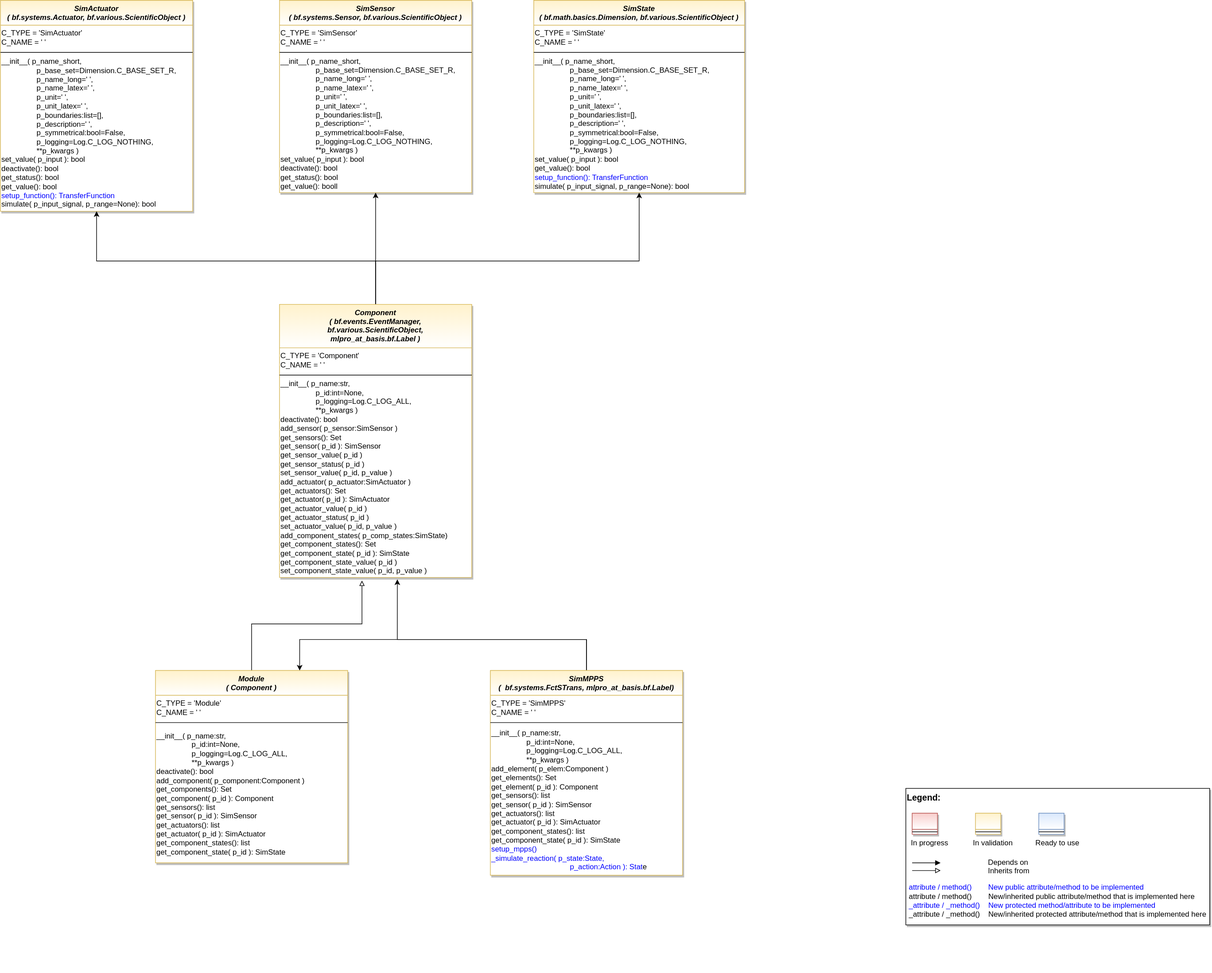
Above: doc/class_diagram/mlpro_sim_mpps.svg in fhswf/MLPro-MPPS (draw.io), before the change. Source tidied: cells renumbered, new cells last; positions are measured from the earlier drawing's top-left corner, leaving out a move shared by most shapes.
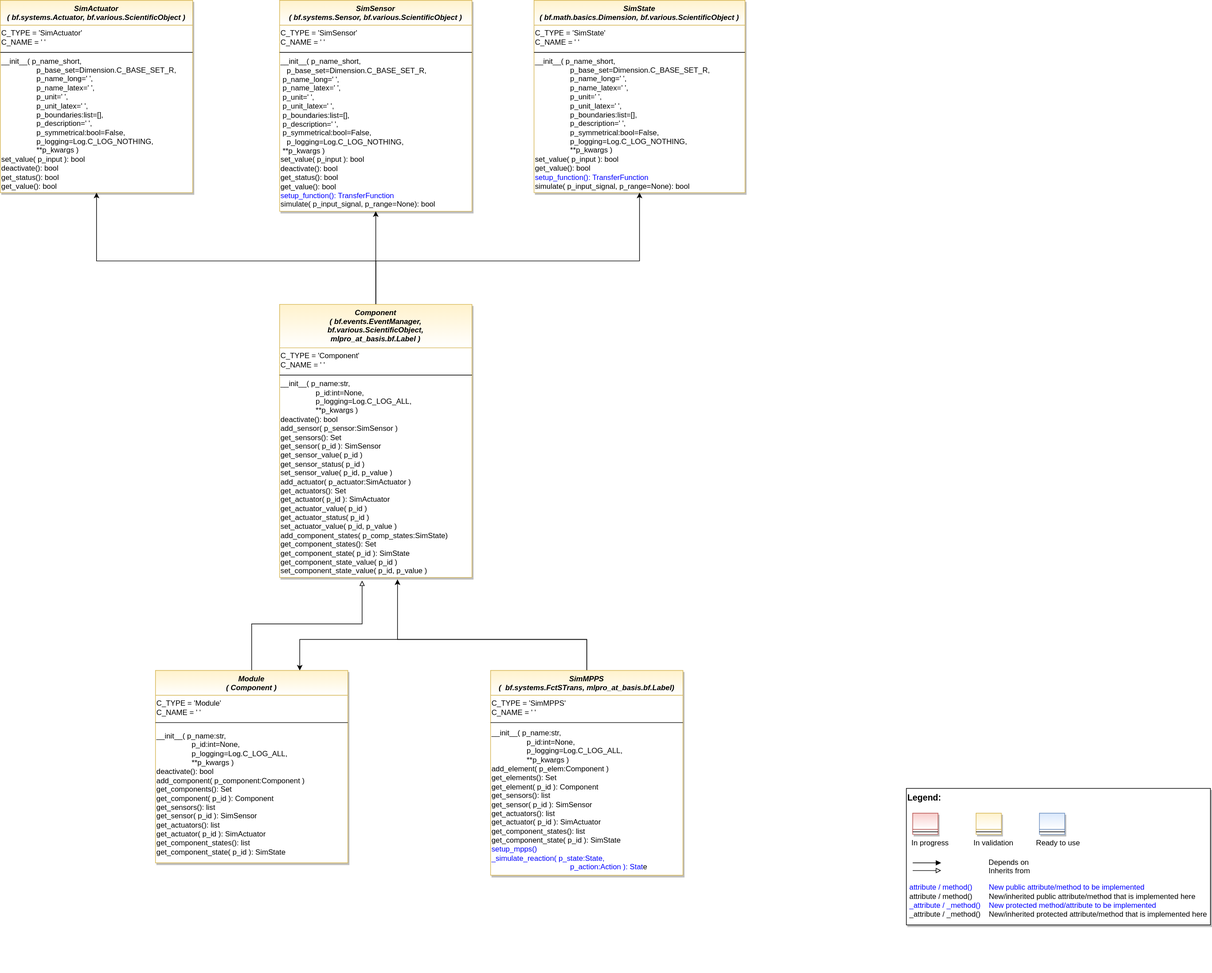
Later version of the same file.

Commit message:
update class diagram for mpps

What changed in the source:
```diff
@@ -44,7 +44,7 @@
       <mxGeometry y="26" width="40.8" height="8" as="geometry" />
     </mxCell>
     <mxCell id="12" value="SimActuator&#10;( bf.systems.Actuator, bf.various.ScientificObject )" style="swimlane;fontStyle=3;align=center;verticalAlign=top;horizontal=1;startSize=40;rounded=0;shadow=1;strokeWidth=1;fillColor=#fff2cc;strokeColor=#d6b656;swimlaneFillColor=#ffffff;gradientColor=#FFFFFF;" parent="1" vertex="1">
-      <mxGeometry width="310" height="340" as="geometry" />
+      <mxGeometry width="310" height="310" as="geometry" />
     </mxCell>
     <mxCell id="13" value="&lt;span style=&quot;&quot;&gt;C_TYPE = 'SimActuator'&lt;br&gt;C_NAME = ' '&lt;br&gt;&lt;/span&gt;" style="text;html=1;strokeColor=none;fillColor=none;align=left;verticalAlign=middle;whiteSpace=wrap;rounded=0;" parent="12" vertex="1">
       <mxGeometry y="40" width="310" height="40" as="geometry" />
@@ -52,11 +52,11 @@
     <mxCell id="14" style="line;html=1;strokeWidth=1;align=left;verticalAlign=middle;spacingTop=-1;spacingLeft=3;spacingRight=3;labelPosition=right;fillColor=#f8cecc;strokeColor=#000000;" parent="12" vertex="1">
       <mxGeometry y="80" width="310" height="8" as="geometry" />
     </mxCell>
-    <mxCell id="15" value="__init__( p_name_short,&lt;br&gt;&amp;nbsp;&lt;span style=&quot;white-space: pre;&quot;&gt;&#9;&lt;/span&gt;&lt;span style=&quot;white-space: pre;&quot;&gt;&#9;&lt;/span&gt;&amp;nbsp;p_base_set=Dimension.C_BASE_SET_R,&lt;br&gt;&lt;span style=&quot;white-space: pre;&quot;&gt;&#9;&lt;/span&gt;&lt;span style=&quot;white-space: pre;&quot;&gt;&#9;&lt;/span&gt;&amp;nbsp;p_name_long=' ',&lt;br&gt;&lt;span style=&quot;white-space: pre;&quot;&gt;&#9;&lt;/span&gt;&lt;span style=&quot;white-space: pre;&quot;&gt;&#9;&lt;/span&gt;&amp;nbsp;p_name_latex=' ',&lt;br&gt;&lt;span style=&quot;white-space: pre;&quot;&gt;&#9;&lt;/span&gt;&lt;span style=&quot;white-space: pre;&quot;&gt;&#9;&lt;/span&gt;&amp;nbsp;p_unit=' ',&lt;br&gt;&lt;span style=&quot;white-space: pre;&quot;&gt;&#9;&lt;/span&gt;&lt;span style=&quot;white-space: pre;&quot;&gt;&#9;&lt;/span&gt;&amp;nbsp;p_unit_latex=' ',&lt;br&gt;&lt;span style=&quot;white-space: pre;&quot;&gt;&#9;&lt;/span&gt;&lt;span style=&quot;white-space: pre;&quot;&gt;&#9;&lt;/span&gt;&amp;nbsp;p_boundaries:list=[],&lt;br&gt;&lt;span style=&quot;white-space: pre;&quot;&gt;&#9;&lt;/span&gt;&lt;span style=&quot;white-space: pre;&quot;&gt;&#9;&lt;/span&gt;&amp;nbsp;p_description=' ',&lt;br&gt;&lt;span style=&quot;white-space: pre;&quot;&gt;&#9;&lt;/span&gt;&lt;span style=&quot;white-space: pre;&quot;&gt;&#9;&lt;/span&gt;&amp;nbsp;p_symmetrical:bool=False,&lt;br&gt;&amp;nbsp;&lt;span style=&quot;white-space: pre;&quot;&gt;&#9;&lt;/span&gt;&lt;span style=&quot;white-space: pre;&quot;&gt;&#9;&lt;/span&gt;&amp;nbsp;p_logging=Log.C_LOG_NOTHING,&lt;br&gt;&lt;span style=&quot;white-space: pre;&quot;&gt;&#9;&lt;/span&gt;&lt;span style=&quot;white-space: pre;&quot;&gt;&#9;&lt;/span&gt;&amp;nbsp;**p_kwargs )&lt;br&gt;set_value( p_input ): bool&lt;br&gt;deactivate(): bool&lt;br&gt;get_status(): bool&lt;br&gt;get_value(): bool&lt;br&gt;&lt;font color=&quot;#0000ff&quot;&gt;setup_function(): TransferFunction&lt;/font&gt;&lt;br&gt;simulate( p_input_signal, p_range=None): bool" style="text;html=1;strokeColor=none;fillColor=none;align=left;verticalAlign=middle;whiteSpace=wrap;rounded=0;" parent="12" vertex="1">
-      <mxGeometry y="88" width="310" height="252" as="geometry" />
+    <mxCell id="15" value="__init__( p_name_short,&lt;br&gt;&amp;nbsp;&lt;span style=&quot;white-space: pre;&quot;&gt;&#9;&lt;/span&gt;&lt;span style=&quot;white-space: pre;&quot;&gt;&#9;&lt;/span&gt;&amp;nbsp;p_base_set=Dimension.C_BASE_SET_R,&lt;br&gt;&lt;span style=&quot;white-space: pre;&quot;&gt;&#9;&lt;/span&gt;&lt;span style=&quot;white-space: pre;&quot;&gt;&#9;&lt;/span&gt;&amp;nbsp;p_name_long=' ',&lt;br&gt;&lt;span style=&quot;white-space: pre;&quot;&gt;&#9;&lt;/span&gt;&lt;span style=&quot;white-space: pre;&quot;&gt;&#9;&lt;/span&gt;&amp;nbsp;p_name_latex=' ',&lt;br&gt;&lt;span style=&quot;white-space: pre;&quot;&gt;&#9;&lt;/span&gt;&lt;span style=&quot;white-space: pre;&quot;&gt;&#9;&lt;/span&gt;&amp;nbsp;p_unit=' ',&lt;br&gt;&lt;span style=&quot;white-space: pre;&quot;&gt;&#9;&lt;/span&gt;&lt;span style=&quot;white-space: pre;&quot;&gt;&#9;&lt;/span&gt;&amp;nbsp;p_unit_latex=' ',&lt;br&gt;&lt;span style=&quot;white-space: pre;&quot;&gt;&#9;&lt;/span&gt;&lt;span style=&quot;white-space: pre;&quot;&gt;&#9;&lt;/span&gt;&amp;nbsp;p_boundaries:list=[],&lt;br&gt;&lt;span style=&quot;white-space: pre;&quot;&gt;&#9;&lt;/span&gt;&lt;span style=&quot;white-space: pre;&quot;&gt;&#9;&lt;/span&gt;&amp;nbsp;p_description=' ',&lt;br&gt;&lt;span style=&quot;white-space: pre;&quot;&gt;&#9;&lt;/span&gt;&lt;span style=&quot;white-space: pre;&quot;&gt;&#9;&lt;/span&gt;&amp;nbsp;p_symmetrical:bool=False,&lt;br&gt;&amp;nbsp;&lt;span style=&quot;white-space: pre;&quot;&gt;&#9;&lt;/span&gt;&lt;span style=&quot;white-space: pre;&quot;&gt;&#9;&lt;/span&gt;&amp;nbsp;p_logging=Log.C_LOG_NOTHING,&lt;br&gt;&lt;span style=&quot;white-space: pre;&quot;&gt;&#9;&lt;/span&gt;&lt;span style=&quot;white-space: pre;&quot;&gt;&#9;&lt;/span&gt;&amp;nbsp;**p_kwargs )&lt;br&gt;set_value( p_input ): bool&lt;br&gt;deactivate(): bool&lt;br&gt;get_status(): bool&lt;br&gt;get_value(): bool" style="text;html=1;strokeColor=none;fillColor=none;align=left;verticalAlign=middle;whiteSpace=wrap;rounded=0;" parent="12" vertex="1">
+      <mxGeometry y="88" width="310" height="222" as="geometry" />
     </mxCell>
     <mxCell id="16" value="SimSensor&#10;( bf.systems.Sensor, bf.various.ScientificObject )" style="swimlane;fontStyle=3;align=center;verticalAlign=top;horizontal=1;startSize=40;rounded=0;shadow=1;strokeWidth=1;fillColor=#fff2cc;strokeColor=#d6b656;swimlaneFillColor=#ffffff;gradientColor=#FFFFFF;" parent="1" vertex="1">
-      <mxGeometry x="450" width="310" height="310" as="geometry" />
+      <mxGeometry x="450" width="310" height="340" as="geometry" />
     </mxCell>
     <mxCell id="17" value="&lt;span style=&quot;&quot;&gt;C_TYPE = 'SimSensor'&lt;br&gt;C_NAME = ' '&lt;br&gt;&lt;/span&gt;" style="text;html=1;strokeColor=none;fillColor=none;align=left;verticalAlign=middle;whiteSpace=wrap;rounded=0;" parent="16" vertex="1">
       <mxGeometry y="40" width="310" height="40" as="geometry" />
@@ -64,8 +64,8 @@
     <mxCell id="18" style="line;html=1;strokeWidth=1;align=left;verticalAlign=middle;spacingTop=-1;spacingLeft=3;spacingRight=3;labelPosition=right;fillColor=#f8cecc;strokeColor=#000000;" parent="16" vertex="1">
       <mxGeometry y="80" width="310" height="8" as="geometry" />
     </mxCell>
-    <mxCell id="19" value="__init__( p_name_short,&lt;br&gt;&amp;nbsp;&lt;span style=&quot;white-space: pre;&quot;&gt;&#9;&lt;/span&gt;&lt;span style=&quot;white-space: pre;&quot;&gt;&#9;&lt;/span&gt;&amp;nbsp;p_base_set=Dimension.C_BASE_SET_R,&lt;br&gt;&lt;span style=&quot;white-space: pre;&quot;&gt;&#9;&lt;/span&gt;&lt;span style=&quot;white-space: pre;&quot;&gt;&#9;&lt;/span&gt;&amp;nbsp;p_name_long=' ',&lt;br&gt;&lt;span style=&quot;white-space: pre;&quot;&gt;&#9;&lt;/span&gt;&lt;span style=&quot;white-space: pre;&quot;&gt;&#9;&lt;/span&gt;&amp;nbsp;p_name_latex=' ',&lt;br&gt;&lt;span style=&quot;white-space: pre;&quot;&gt;&#9;&lt;/span&gt;&lt;span style=&quot;white-space: pre;&quot;&gt;&#9;&lt;/span&gt;&amp;nbsp;p_unit=' ',&lt;br&gt;&lt;span style=&quot;white-space: pre;&quot;&gt;&#9;&lt;/span&gt;&lt;span style=&quot;white-space: pre;&quot;&gt;&#9;&lt;/span&gt;&amp;nbsp;p_unit_latex=' ',&lt;br&gt;&lt;span style=&quot;white-space: pre;&quot;&gt;&#9;&lt;/span&gt;&lt;span style=&quot;white-space: pre;&quot;&gt;&#9;&lt;/span&gt;&amp;nbsp;p_boundaries:list=[],&lt;br&gt;&lt;span style=&quot;white-space: pre;&quot;&gt;&#9;&lt;/span&gt;&lt;span style=&quot;white-space: pre;&quot;&gt;&#9;&lt;/span&gt;&amp;nbsp;p_description=' ',&lt;br&gt;&lt;span style=&quot;white-space: pre;&quot;&gt;&#9;&lt;/span&gt;&lt;span style=&quot;white-space: pre;&quot;&gt;&#9;&lt;/span&gt;&amp;nbsp;p_symmetrical:bool=False,&lt;br&gt;&amp;nbsp;&lt;span style=&quot;white-space: pre;&quot;&gt;&#9;&lt;/span&gt;&lt;span style=&quot;white-space: pre;&quot;&gt;&#9;&lt;/span&gt;&amp;nbsp;p_logging=Log.C_LOG_NOTHING,&lt;br&gt;&lt;span style=&quot;white-space: pre;&quot;&gt;&#9;&lt;/span&gt;&lt;span style=&quot;white-space: pre;&quot;&gt;&#9;&lt;/span&gt;&amp;nbsp;**p_kwargs )&lt;br&gt;set_value( p_input ): bool&lt;br&gt;deactivate(): bool&lt;br&gt;get_status(): bool&lt;br&gt;get_value(): booll" style="text;html=1;strokeColor=none;fillColor=none;align=left;verticalAlign=middle;whiteSpace=wrap;rounded=0;" parent="16" vertex="1">
-      <mxGeometry y="88" width="310" height="222" as="geometry" />
+    <mxCell id="19" value="__init__( p_name_short,&lt;br&gt;&amp;nbsp;&lt;span style=&quot;&quot;&gt;&#9;&lt;/span&gt;&lt;span style=&quot;&quot;&gt;&#9;&lt;/span&gt;&amp;nbsp;p_base_set=Dimension.C_BASE_SET_R,&lt;br&gt;&lt;span style=&quot;&quot;&gt;&#9;&lt;/span&gt;&lt;span style=&quot;&quot;&gt;&#9;&lt;/span&gt;&amp;nbsp;p_name_long=' ',&lt;br&gt;&lt;span style=&quot;&quot;&gt;&#9;&lt;/span&gt;&lt;span style=&quot;&quot;&gt;&#9;&lt;/span&gt;&amp;nbsp;p_name_latex=' ',&lt;br&gt;&lt;span style=&quot;&quot;&gt;&#9;&lt;/span&gt;&lt;span style=&quot;&quot;&gt;&#9;&lt;/span&gt;&amp;nbsp;p_unit=' ',&lt;br&gt;&lt;span style=&quot;&quot;&gt;&#9;&lt;/span&gt;&lt;span style=&quot;&quot;&gt;&#9;&lt;/span&gt;&amp;nbsp;p_unit_latex=' ',&lt;br&gt;&lt;span style=&quot;&quot;&gt;&#9;&lt;/span&gt;&lt;span style=&quot;&quot;&gt;&#9;&lt;/span&gt;&amp;nbsp;p_boundaries:list=[],&lt;br&gt;&lt;span style=&quot;&quot;&gt;&#9;&lt;/span&gt;&lt;span style=&quot;&quot;&gt;&#9;&lt;/span&gt;&amp;nbsp;p_description=' ',&lt;br&gt;&lt;span style=&quot;&quot;&gt;&#9;&lt;/span&gt;&lt;span style=&quot;&quot;&gt;&#9;&lt;/span&gt;&amp;nbsp;p_symmetrical:bool=False,&lt;br&gt;&amp;nbsp;&lt;span style=&quot;&quot;&gt;&#9;&lt;/span&gt;&lt;span style=&quot;&quot;&gt;&#9;&lt;/span&gt;&amp;nbsp;p_logging=Log.C_LOG_NOTHING,&lt;br&gt;&lt;span style=&quot;&quot;&gt;&#9;&lt;/span&gt;&lt;span style=&quot;&quot;&gt;&#9;&lt;/span&gt;&amp;nbsp;**p_kwargs )&lt;br&gt;set_value( p_input ): bool&lt;br&gt;deactivate(): bool&lt;br&gt;get_status(): bool&lt;br&gt;get_value(): bool&lt;br&gt;&lt;font color=&quot;#0000ff&quot;&gt;setup_function(): TransferFunction&lt;/font&gt;&lt;br&gt;simulate( p_input_signal, p_range=None): bool" style="text;html=1;strokeColor=none;fillColor=none;align=left;verticalAlign=middle;whiteSpace=wrap;rounded=0;" parent="16" vertex="1">
+      <mxGeometry y="88" width="310" height="252" as="geometry" />
     </mxCell>
     <mxCell id="20" value="SimState&#10;( bf.math.basics.Dimension, bf.various.ScientificObject )" style="swimlane;fontStyle=3;align=center;verticalAlign=top;horizontal=1;startSize=40;rounded=0;shadow=1;strokeWidth=1;fillColor=#fff2cc;strokeColor=#d6b656;swimlaneFillColor=#ffffff;gradientColor=#FFFFFF;" parent="1" vertex="1">
       <mxGeometry x="860" width="340" height="310" as="geometry" />
```
